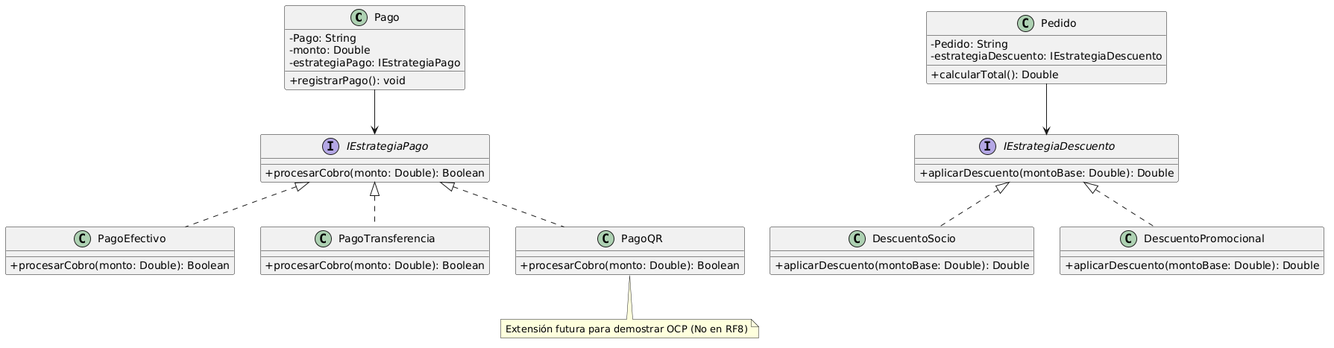
The PlantUML diagram diagramas/01-diagrama-clases/01-solid-02-ocp.png in eloeyhe/SistemaPedidos, before a commit.
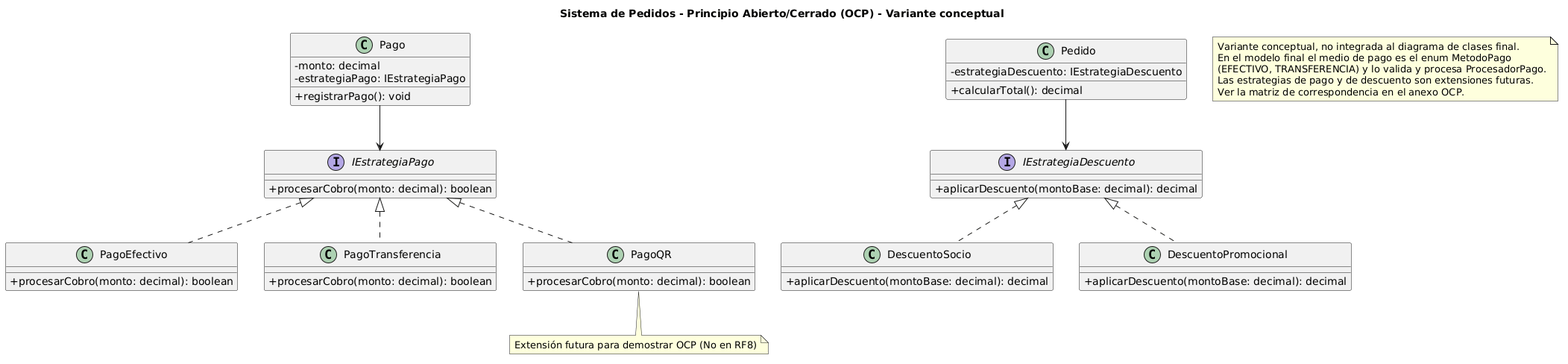
The same file after the commit.

The edit, as a diff of the source:
```diff
@@ -1,49 +1,57 @@
 @startuml
+title Sistema de Pedidos - Principio Abierto/Cerrado (OCP) - Variante conceptual
 skinparam classAttributeIconSize 0
 
 class Pago {
-    - Pago: String
-    - monto: Double
+    - monto: decimal
     - estrategiaPago: IEstrategiaPago
     + registrarPago(): void
 }
 
 interface IEstrategiaPago {
-    + procesarCobro(monto: Double): Boolean
+    + procesarCobro(monto: decimal): boolean
 }
 
 class PagoEfectivo implements IEstrategiaPago {
-    + procesarCobro(monto: Double): Boolean
+    + procesarCobro(monto: decimal): boolean
 }
 
 class PagoTransferencia implements IEstrategiaPago {
-    + procesarCobro(monto: Double): Boolean
+    + procesarCobro(monto: decimal): boolean
 }
 
 class PagoQR implements IEstrategiaPago {
-    + procesarCobro(monto: Double): Boolean
+    + procesarCobro(monto: decimal): boolean
 }
 note bottom of PagoQR : Extensión futura para demostrar OCP (No en RF8)
 
 Pago --> IEstrategiaPago
 
 class Pedido {
-    - Pedido: String
     - estrategiaDescuento: IEstrategiaDescuento
-    + calcularTotal(): Double
+    + calcularTotal(): decimal
 }
 
 interface IEstrategiaDescuento {
-    + aplicarDescuento(montoBase: Double): Double
+    + aplicarDescuento(montoBase: decimal): decimal
 }
 
 class DescuentoSocio implements IEstrategiaDescuento {
-    + aplicarDescuento(montoBase: Double): Double
+    + aplicarDescuento(montoBase: decimal): decimal
 }
 
 class DescuentoPromocional implements IEstrategiaDescuento {
-    + aplicarDescuento(montoBase: Double): Double
+    + aplicarDescuento(montoBase: decimal): decimal
 }
 
 Pedido --> IEstrategiaDescuento
+
+
+note as Alcance
+  Variante conceptual, no integrada al diagrama de clases final.
+  En el modelo final el medio de pago es el enum MetodoPago
+  (EFECTIVO, TRANSFERENCIA) y lo valida y procesa ProcesadorPago.
+  Las estrategias de pago y de descuento son extensiones futuras.
+  Ver la matriz de correspondencia en el anexo OCP.
+end note
 @enduml
```
